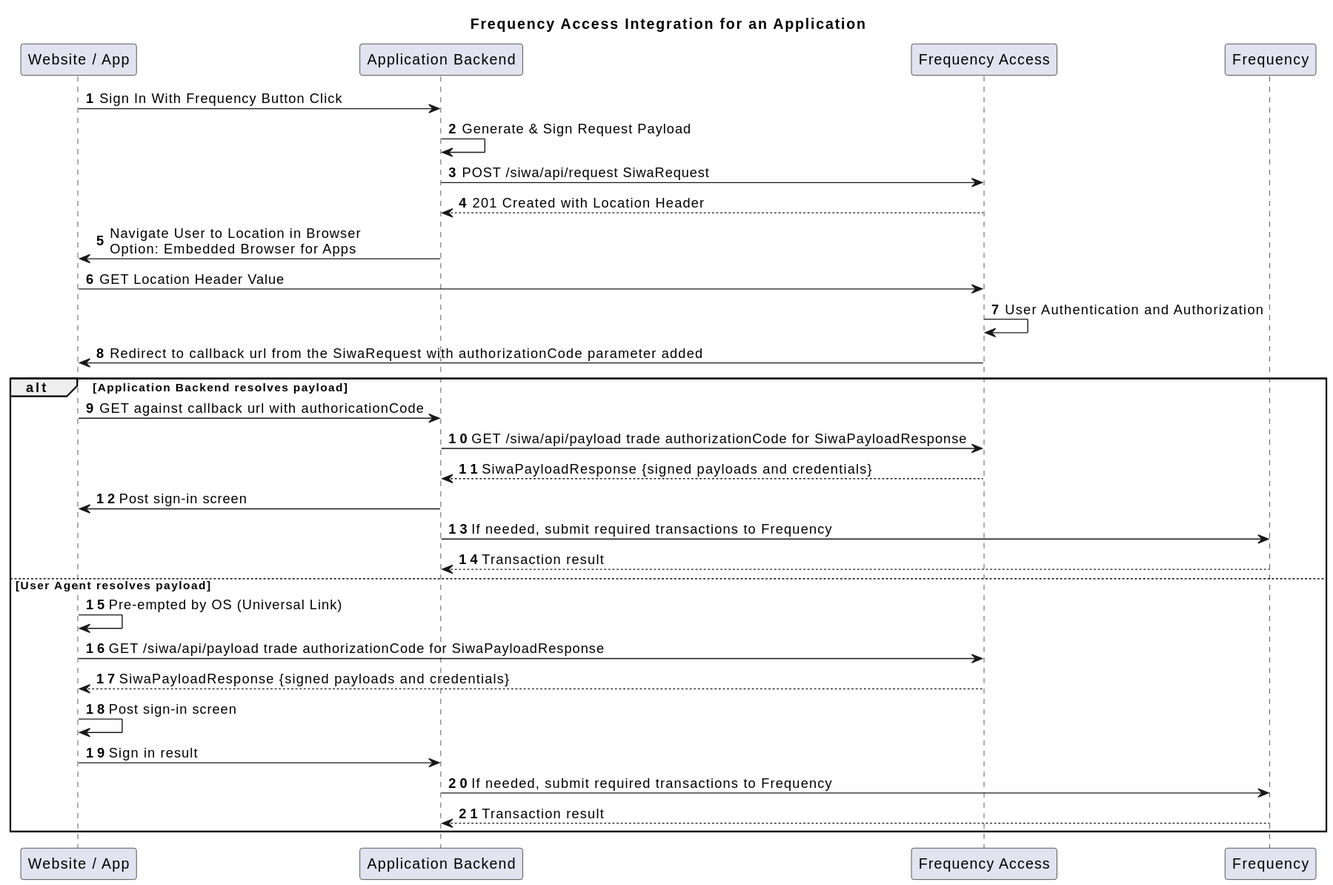
This is docs/src/Actions/flow.svg from ProjectLibertyLabs/siwa, a PlantUML export, as it was before one commit.
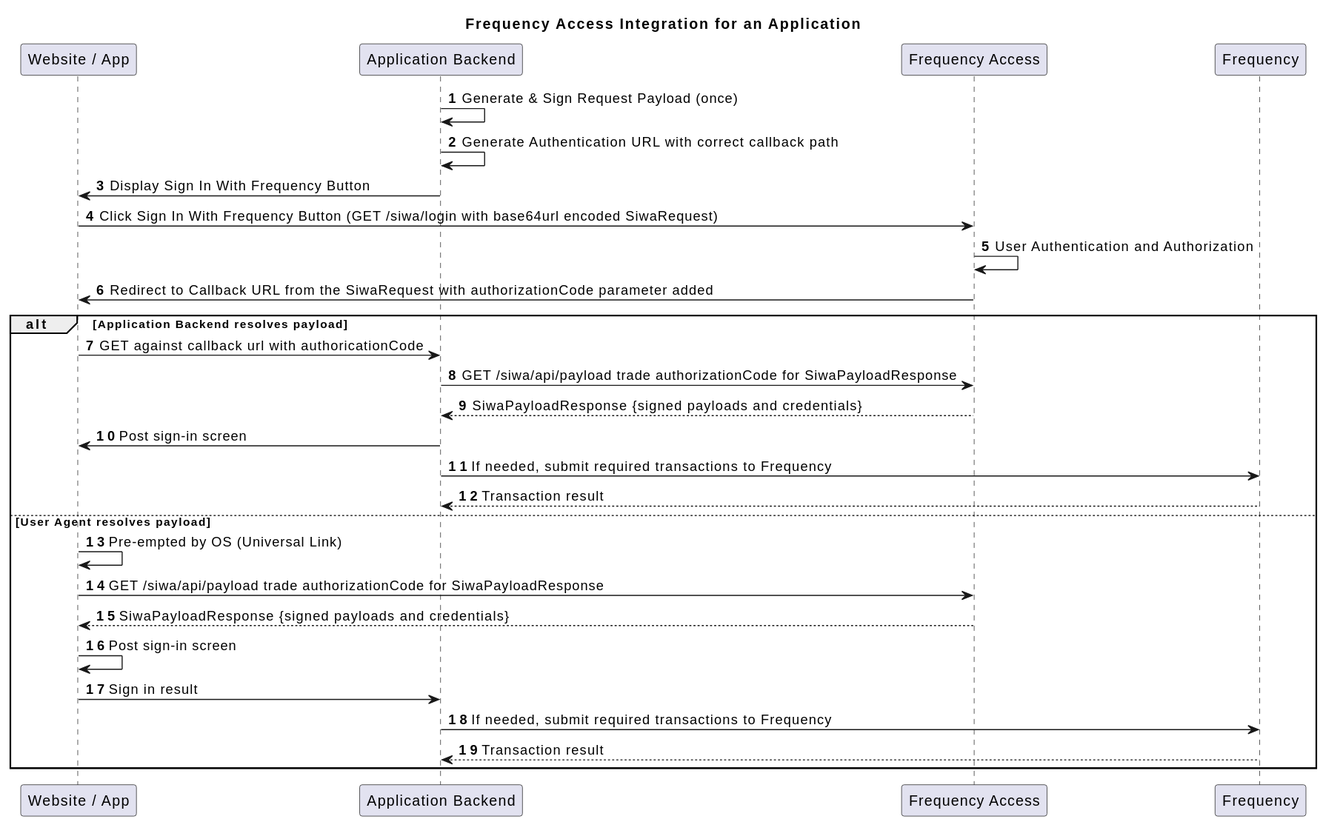
The same diagram one commit later.

Diff of the diagram source:
```diff
@@ -6,14 +6,12 @@
 participant "Frequency" as bc
 
 autonumber
-ua->p: Sign In With Frequency Button Click
-p->p: Generate & Sign Request Payload
-p->fa: POST /siwa/api/request SiwaRequest
-return 201 Created with Location Header
-p->ua: Navigate User to Location in Browser\nOption: Embedded Browser for Apps
-ua->fa: GET Location Header Value
+p->p: Generate & Sign Request Payload (once)
+p->p: Generate Authentication URL with correct callback path
+p->ua: Display Sign In With Frequency Button
+ua->fa: Click Sign In With Frequency Button (GET /siwa/login with base64url encoded SiwaRequest)
 fa->fa: User Authentication and Authorization
-fa->ua: Redirect to callback url from the SiwaRequest with authorizationCode parameter added
+fa->ua: Redirect to Callback URL from the SiwaRequest with authorizationCode parameter added
 alt Application Backend resolves payload
     ua->p: GET against callback url with authoricationCode
     p->fa: GET /siwa/api/payload trade authorizationCode for SiwaPayloadResponse
```
